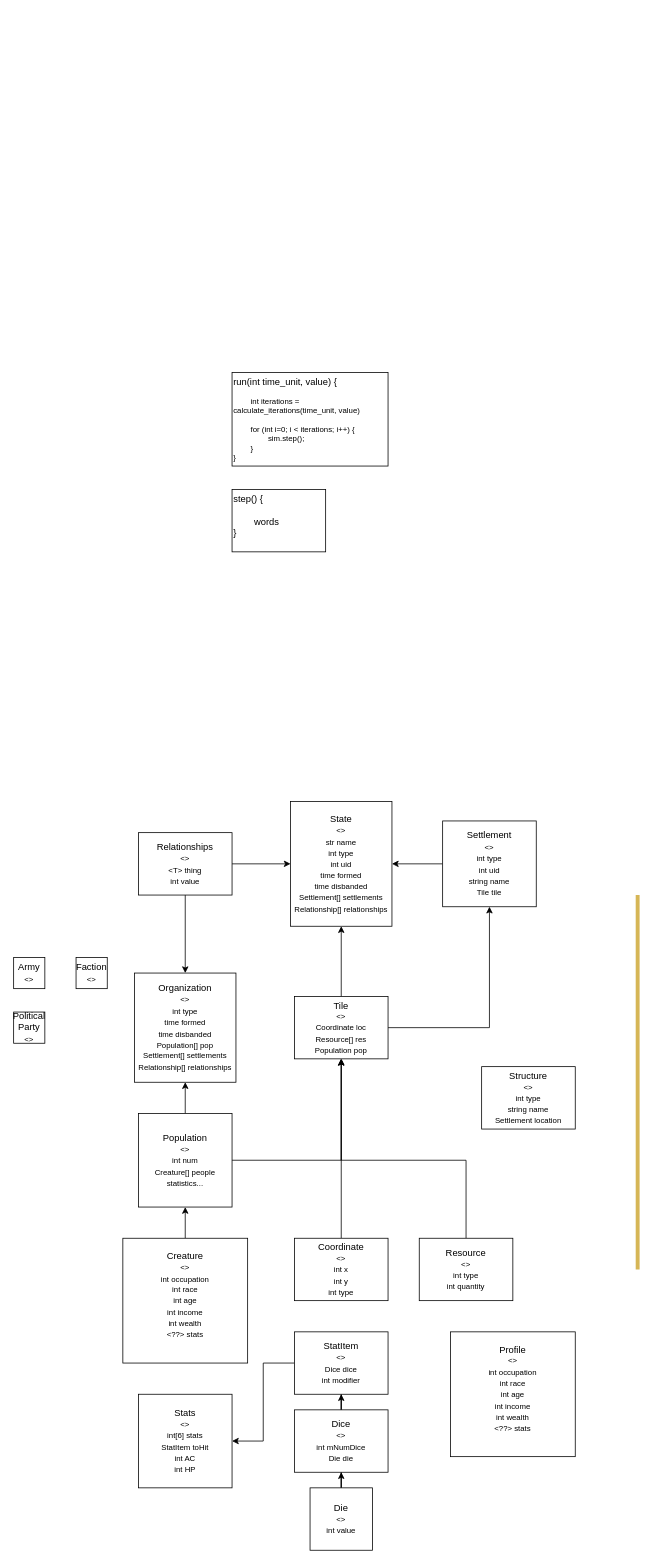
Flooger25/Regions2 keeps this draw.io diagram as architecture.drawio. Above is the earlier version. Source tidied: cells renumbered, new cells numbered last; positions are measured from the earlier drawing's top-left corner, leaving out a move shared by most shapes. Both pictures are drawn from the tidied source at 78%, with x=0, y=0 at pixel (13, 372).
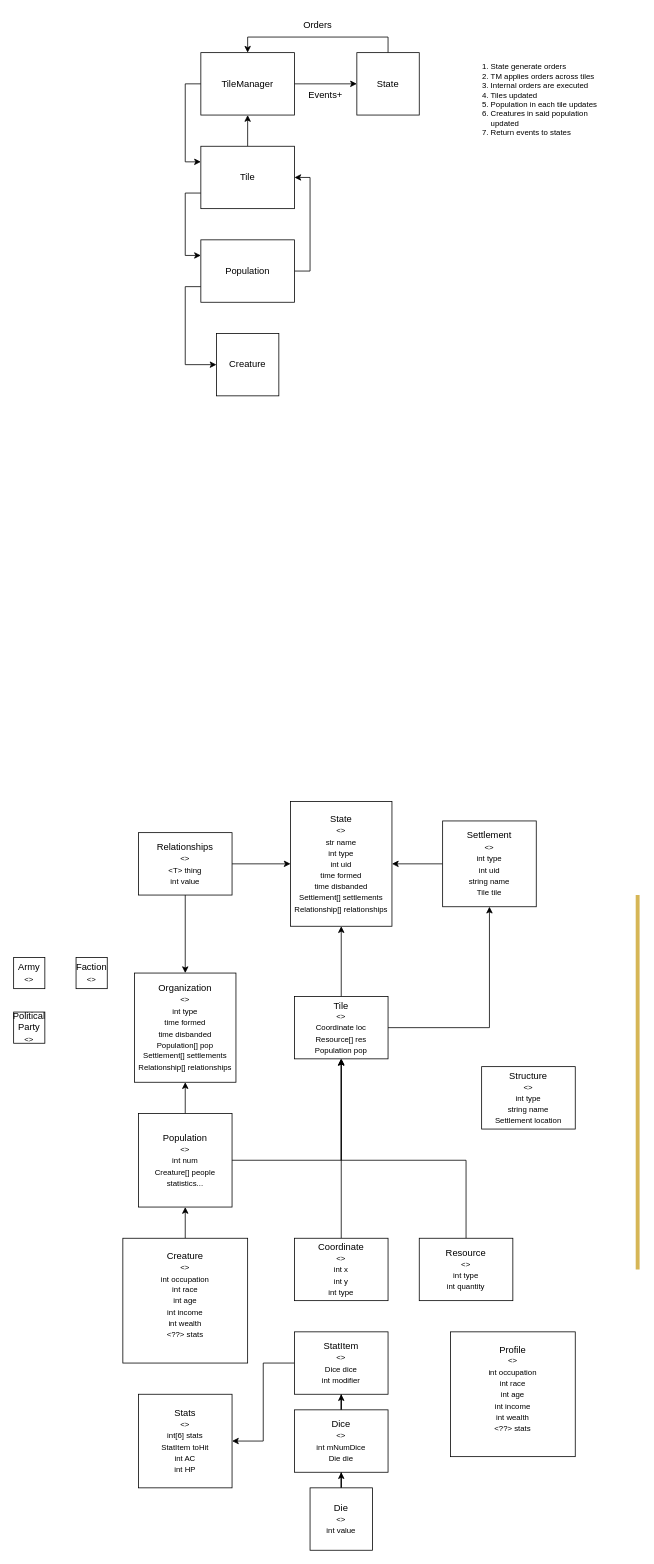
The same page after the edit.

Commit message (it also covers changes not shown here):
Working on population and creature update methods

What changed in the source:
```diff
@@
-    <mxCell id="29" value="&lt;div&gt;&lt;span&gt;run(int time_unit, value) {&lt;/span&gt;&lt;/div&gt;&lt;font style=&quot;font-size: 10px&quot;&gt;&lt;div&gt;&lt;span&gt;&lt;span style=&quot;white-space: pre&quot;&gt;&#9;&lt;/span&gt;&lt;br&gt;&lt;/span&gt;&lt;/div&gt;&lt;div&gt;&lt;span style=&quot;white-space: pre&quot;&gt;&#9;&lt;/span&gt;int iterations = calculate_iterations(time_unit, value)&lt;br&gt;&lt;/div&gt;&lt;div&gt;&lt;br&gt;&lt;/div&gt;&lt;div&gt;&lt;span style=&quot;white-space: pre&quot;&gt;&#9;&lt;/span&gt;for (int i=0; i &amp;lt; iterations; i++) {&lt;/div&gt;&lt;div&gt;&lt;span style=&quot;white-space: pre&quot;&gt;&#9;&lt;/span&gt;&lt;span style=&quot;white-space: pre&quot;&gt;&#9;&lt;/span&gt;sim.step();&lt;/div&gt;&lt;div&gt;&lt;span style=&quot;white-space: pre&quot;&gt;&#9;&lt;/span&gt;}&lt;/div&gt;&lt;div&gt;&lt;span&gt;}&lt;/span&gt;&lt;/div&gt;&lt;/font&gt;" style="rounded=0;whiteSpace=wrap;html=1;align=left;" parent="1" vertex="1">
-      <mxGeometry x="280" width="200" height="120" as="geometry" />
-    </mxCell>
+    <mxCell id="36" style="edgeStyle=orthogonalEdgeStyle;rounded=0;jettySize=auto;html=1;exitX=0;exitY=0.5;exitDx=0;exitDy=0;entryX=0;entryY=0.25;entryDx=0;entryDy=0;" parent="1" edge="1" source="30" target="42">
+      <mxGeometry relative="1" as="geometry">
+        <Array as="points">
+          <mxPoint x="220" y="-370" />
+          <mxPoint x="220" y="-270" />
+        </Array>
+      </mxGeometry>
+    </mxCell>
+    <mxCell id="37" style="edgeStyle=orthogonalEdgeStyle;rounded=0;jettySize=auto;html=1;entryX=0;entryY=0.5;entryDx=0;entryDy=0;" parent="1" edge="1" source="30" target="39">
+      <mxGeometry relative="1" as="geometry" />
+    </mxCell>
-    <mxCell id="30" value="&lt;div&gt;&lt;span&gt;step() {&lt;/span&gt;&lt;/div&gt;&lt;div&gt;&lt;span&gt;&lt;br&gt;&lt;/span&gt;&lt;/div&gt;&lt;div&gt;&lt;span&gt;&lt;span style=&quot;white-space: pre&quot;&gt;&#9;&lt;/span&gt;words&lt;br&gt;&lt;/span&gt;&lt;/div&gt;&lt;div&gt;&lt;span&gt;}&lt;/span&gt;&lt;/div&gt;&lt;font&gt;&lt;div style=&quot;font-size: 10px&quot;&gt;&lt;br&gt;&lt;/div&gt;&lt;/font&gt;" style="rounded=0;whiteSpace=wrap;html=1;align=left;" parent="1" vertex="1">
-      <mxGeometry x="280" y="150" width="120" height="80" as="geometry" />
+    <mxCell id="30" value="&lt;div&gt;TileManager&lt;/div&gt;" style="rounded=0;whiteSpace=wrap;html=1;align=center;" parent="1" vertex="1">
+      <mxGeometry x="240" y="-410" width="120" height="80" as="geometry" />
     </mxCell>
@@
+    <mxCell id="38" style="edgeStyle=orthogonalEdgeStyle;rounded=0;jettySize=auto;html=1;entryX=0.5;entryY=0;entryDx=0;entryDy=0;" parent="1" edge="1" source="39" target="30">
+      <mxGeometry relative="1" as="geometry">
+        <Array as="points">
+          <mxPoint x="480" y="-430" />
+          <mxPoint x="300" y="-430" />
+        </Array>
+      </mxGeometry>
+    </mxCell>
+    <mxCell id="39" value="&lt;div&gt;State&lt;/div&gt;" style="rounded=0;whiteSpace=wrap;html=1;align=center;" parent="1" vertex="1">
+      <mxGeometry x="440" y="-410" width="80" height="80" as="geometry" />
+    </mxCell>
+    <mxCell id="40" style="edgeStyle=orthogonalEdgeStyle;rounded=0;jettySize=auto;html=1;entryX=0;entryY=0.25;entryDx=0;entryDy=0;exitX=0;exitY=0.75;exitDx=0;exitDy=0;" parent="1" edge="1" source="42" target="45">
+      <mxGeometry relative="1" as="geometry">
+        <Array as="points">
+          <mxPoint x="220" y="-230" />
+          <mxPoint x="220" y="-150" />
+        </Array>
+      </mxGeometry>
+    </mxCell>
+    <mxCell id="41" style="edgeStyle=orthogonalEdgeStyle;rounded=0;jettySize=auto;html=1;entryX=0.5;entryY=1;entryDx=0;entryDy=0;" parent="1" edge="1" source="42" target="30">
+      <mxGeometry relative="1" as="geometry" />
+    </mxCell>
+    <mxCell id="42" value="&lt;div&gt;Tile&lt;/div&gt;" style="rounded=0;whiteSpace=wrap;html=1;align=center;" parent="1" vertex="1">
+      <mxGeometry x="240" y="-290" width="120" height="80" as="geometry" />
+    </mxCell>
+    <mxCell id="43" style="edgeStyle=orthogonalEdgeStyle;rounded=0;jettySize=auto;html=1;entryX=0;entryY=0.5;entryDx=0;entryDy=0;exitX=0;exitY=0.75;exitDx=0;exitDy=0;" parent="1" edge="1" source="45" target="46">
+      <mxGeometry relative="1" as="geometry">
+        <Array as="points">
+          <mxPoint x="220" y="-110" />
+          <mxPoint x="220" y="-10" />
+        </Array>
+      </mxGeometry>
+    </mxCell>
+    <mxCell id="44" style="edgeStyle=orthogonalEdgeStyle;rounded=0;jettySize=auto;html=1;entryX=1;entryY=0.5;entryDx=0;entryDy=0;" parent="1" edge="1" source="45" target="42">
+      <mxGeometry relative="1" as="geometry">
+        <Array as="points">
+          <mxPoint x="380" y="-130" />
+          <mxPoint x="380" y="-250" />
+        </Array>
+      </mxGeometry>
+    </mxCell>
+    <mxCell id="45" value="&lt;div&gt;Population&lt;/div&gt;" style="rounded=0;whiteSpace=wrap;html=1;align=center;" parent="1" vertex="1">
+      <mxGeometry x="240" y="-170" width="120" height="80" as="geometry" />
+    </mxCell>
+    <mxCell id="46" value="&lt;div&gt;Creature&lt;/div&gt;" style="rounded=0;whiteSpace=wrap;html=1;align=center;" parent="1" vertex="1">
+      <mxGeometry x="260" y="-50" width="80" height="80" as="geometry" />
+    </mxCell>
+    <mxCell id="47" value="Orders" style="text;html=1;strokeColor=none;fillColor=none;align=center;verticalAlign=middle;whiteSpace=wrap;rounded=0;" parent="1" vertex="1">
+      <mxGeometry x="360" y="-460" width="60" height="30" as="geometry" />
+    </mxCell>
+    <mxCell id="48" value="Events+" style="text;html=1;strokeColor=none;fillColor=none;align=center;verticalAlign=middle;whiteSpace=wrap;rounded=0;" parent="1" vertex="1">
+      <mxGeometry x="370" y="-370" width="60" height="30" as="geometry" />
+    </mxCell>
+    <mxCell id="49" value="&lt;ol style=&quot;font-size: 10px&quot;&gt;&lt;li&gt;State generate orders&lt;/li&gt;&lt;li&gt;TM applies orders across tiles&lt;/li&gt;&lt;li&gt;Internal orders are executed&lt;/li&gt;&lt;li&gt;Tiles updated&lt;/li&gt;&lt;li&gt;Population in each tile updates&lt;/li&gt;&lt;li&gt;Creatures in said population updated&lt;/li&gt;&lt;li&gt;Return events to states&lt;/li&gt;&lt;/ol&gt;" style="text;html=1;strokeColor=none;fillColor=none;align=left;verticalAlign=middle;whiteSpace=wrap;rounded=0;" parent="1" vertex="1">
+      <mxGeometry x="570" y="-410" width="180" height="120" as="geometry" />
+    </mxCell>
```
